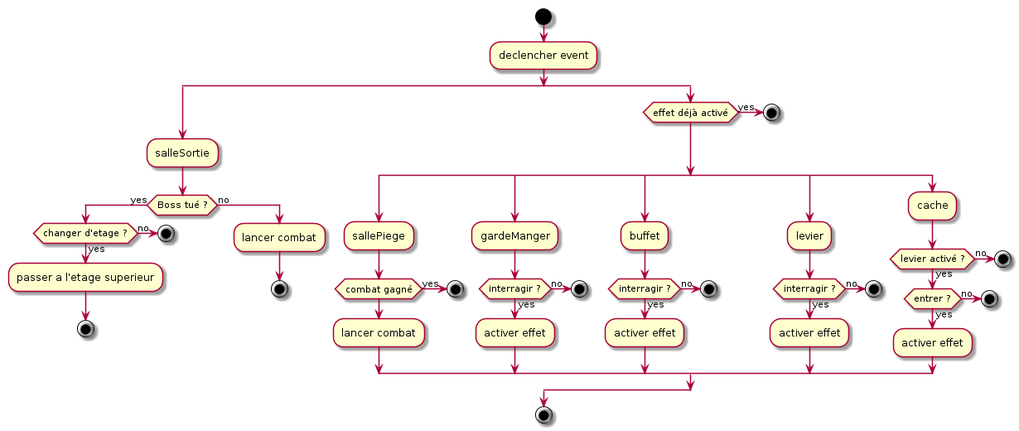
The PlantUML diagram UML/Event/event.png in Pyp-o/D-D_bouffe, before a commit.
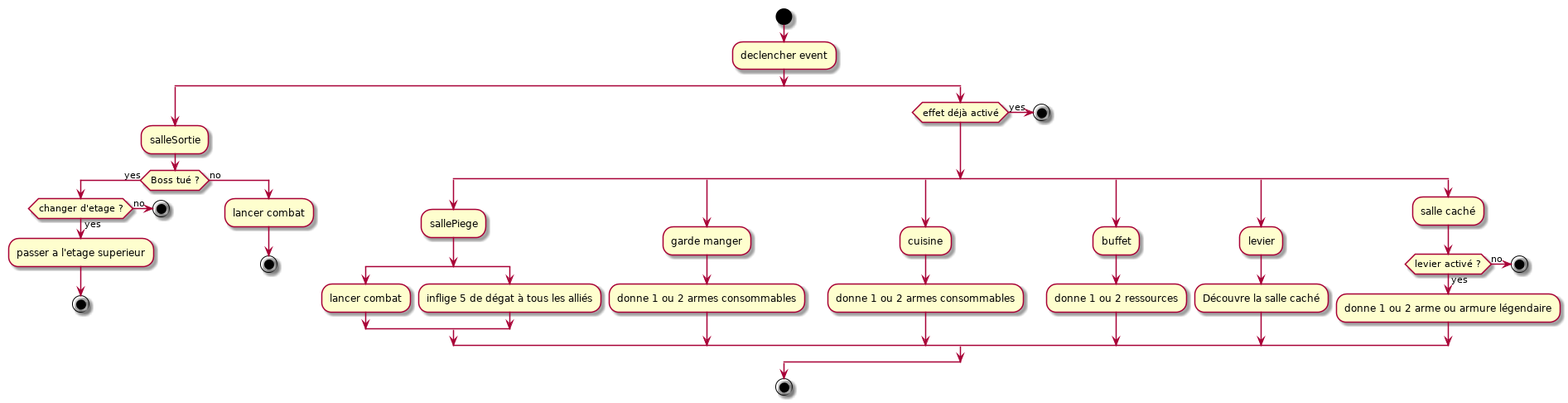
After the change.

Change to the diagram source:
```diff
@@ -21,40 +21,27 @@
        endif
     split
         :sallePiege;
-        if (combat gagné) then (yes)
-            stop
-        else
+        split
             :lancer combat;
-        endif
+        split again
+            :inflige 5 de dégat à tous les alliés;
+        end split
     split again
-        :gardeManger;
-        if (interragir ?) then (yes)
-            :activer effet;
-        else (no)
-            stop
-         endif
+        :garde manger;
+        :donne 1 ou 2 armes consommables;
+    split again
+        :cuisine;
+        :donne 1 ou 2 armes consommables;
     split again
         :buffet;
-        if (interragir ?) then (yes)
-            :activer effet;
-        else (no)
-            stop
-         endif
+        :donne 1 ou 2 ressources;
     split again
         :levier;
-        if (interragir ?) then (yes)
-            :activer effet;
-        else (no)
-            stop
-         endif
+	:Découvre la salle caché;
     split again
-        :cache;
+        :salle caché;
         if (levier activé ?) then (yes)
-            if (entrer ?) then (yes)
-                :activer effet;
-            else (no)
-                stop
-             endif
+            :donne 1 ou 2 arme ou armure légendaire;
         else (no)
             stop
          endif
```
